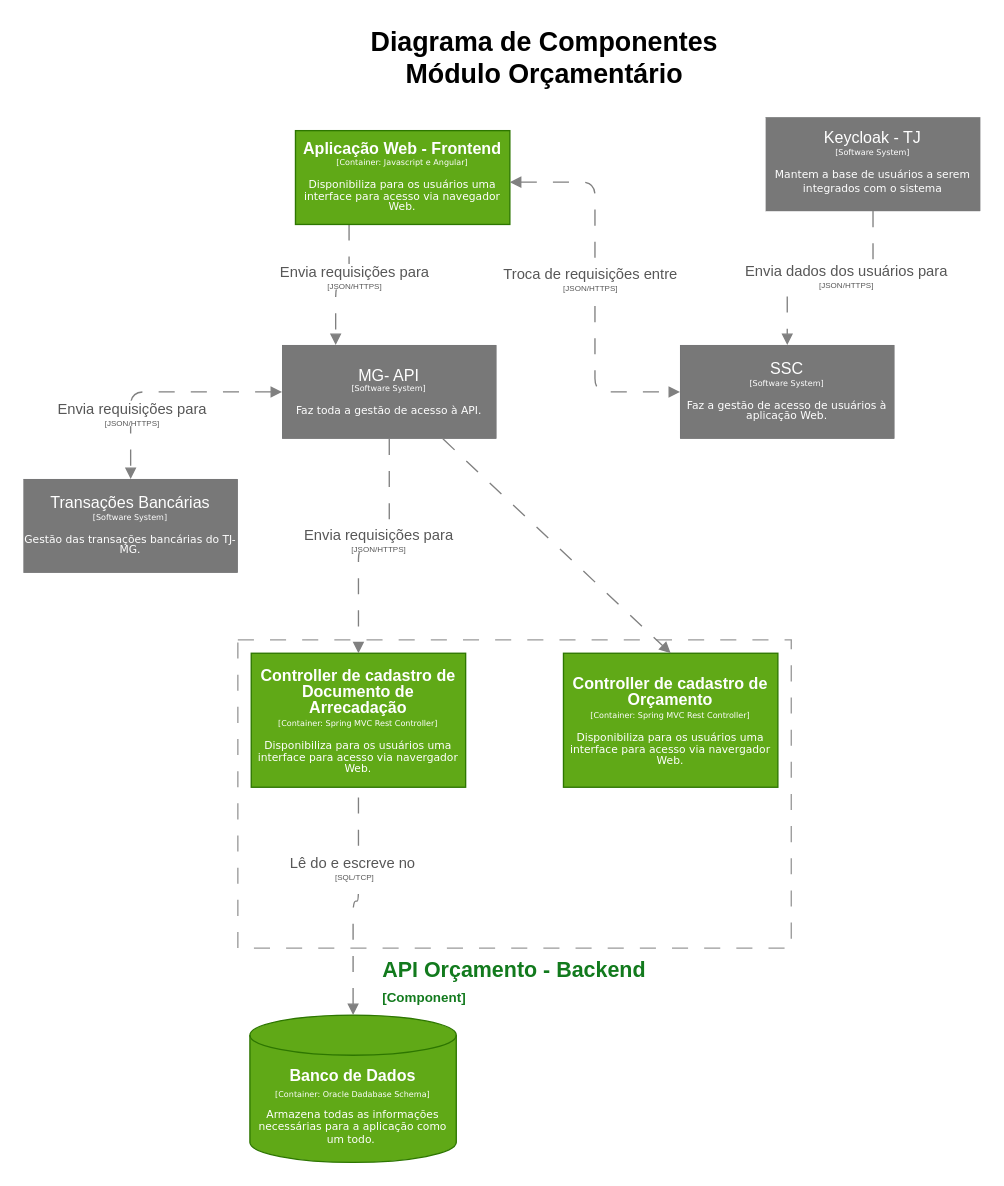
Before: drawio/Diagrama Components v1.drawio in vitorecdias/drawio, a draw.io diagram. Source tidied: cells renumbered, new cells numbered last; positions are measured from the earlier drawing's top-left corner, leaving out a move shared by most shapes. Both pictures are drawn from the tidied source at 134%, with x=0, y=0 at pixel (23, 23).
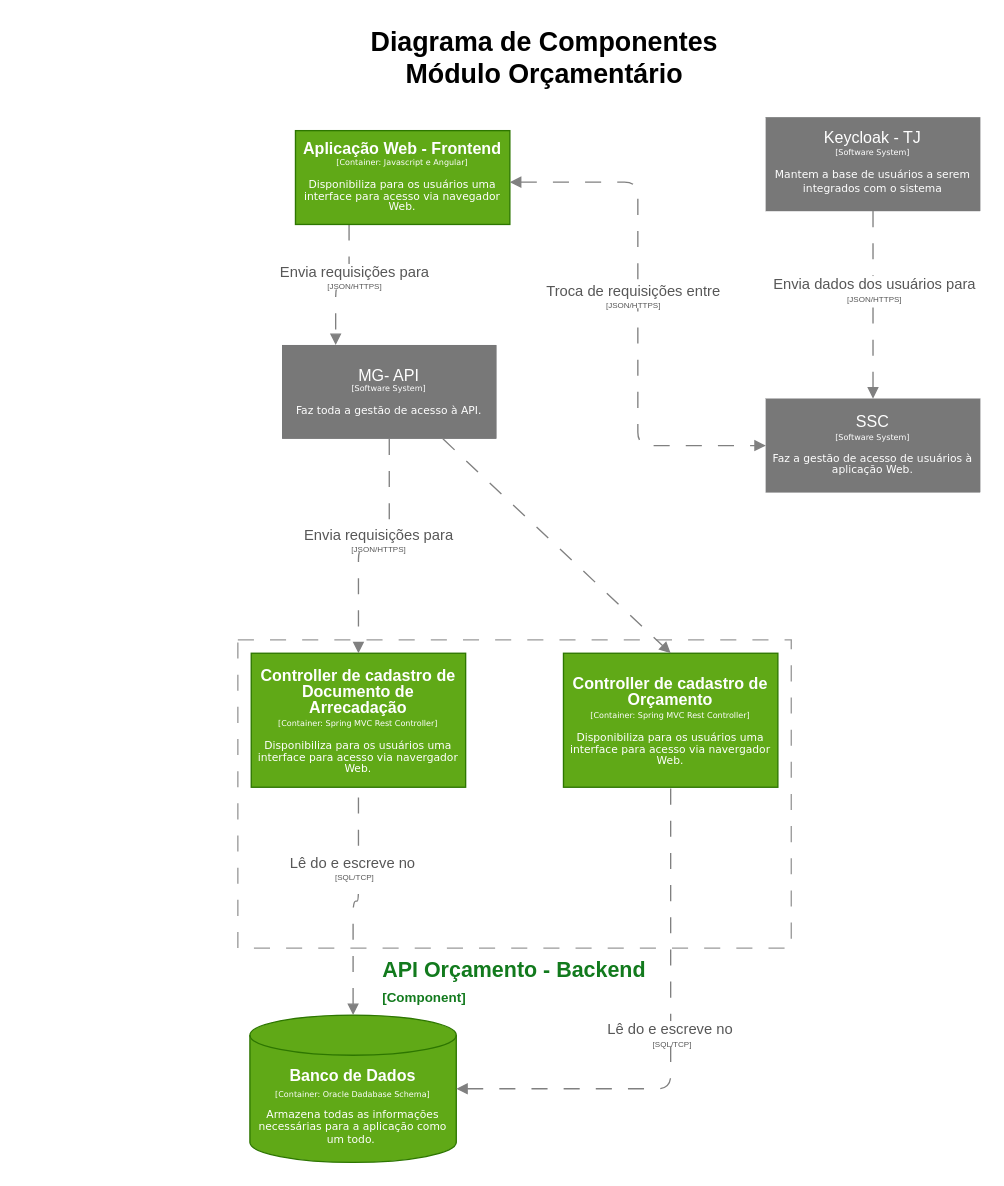
The same page after the edit.

The change refers to these unchanged cells:
```xml
<mxCell id="9" value="&lt;font style=&quot;line-height: 80%;&quot; face=&quot;Helvetica&quot;&gt;&lt;b&gt;Banco de Dados&lt;/b&gt;&lt;/font&gt;&lt;div style=&quot;line-height: 80%;&quot;&gt;&lt;font style=&quot;font-size: 6px; line-height: 80%;&quot; face=&quot;Verdana&quot;&gt;[Container: Oracle Dadabase Schema]&lt;/font&gt;&lt;/div&gt;&lt;div style=&quot;line-height: 40%;&quot;&gt;&lt;font style=&quot;font-size: 6px; line-height: 40%;&quot; face=&quot;Verdana&quot;&gt;&lt;br&gt;&lt;/font&gt;&lt;/div&gt;&lt;div style=&quot;line-height: 80%;&quot;&gt;&lt;font face=&quot;Verdana&quot; style=&quot;font-size: 8px; line-height: 80%;&quot;&gt;Armazena todas as informações necessárias para a aplicação como um todo.&amp;nbsp;&lt;/font&gt;&lt;/div&gt;" style="shape=cylinder3;whiteSpace=wrap;html=1;boundedLbl=1;backgroundOutline=1;size=15;fontColor=#ffffff;fillColor=#60a917;strokeColor=#2D7600;" parent="1" vertex="1">
  <mxGeometry x="169" y="740" width="154" height="110" as="geometry" />
</mxCell>
<mxCell id="10" value="&lt;div style=&quot;line-height: 70%;&quot;&gt;&lt;div&gt;&lt;font style=&quot;line-height: 70%;&quot;&gt;MG- API&lt;/font&gt;&lt;/div&gt;&lt;div&gt;&lt;font style=&quot;font-size: 6px; line-height: 70%;&quot; face=&quot;Verdana&quot;&gt;[Software System]&lt;/font&gt;&lt;/div&gt;&lt;div&gt;&lt;font style=&quot;font-size: 6px; line-height: 70%;&quot; face=&quot;Verdana&quot;&gt;&lt;br&gt;&lt;/font&gt;&lt;/div&gt;&lt;div&gt;&lt;font style=&quot;line-height: 70%; font-size: 8px;&quot; face=&quot;Verdana&quot;&gt;Faz toda a gestão de acesso à API.&lt;/font&gt;&lt;/div&gt;&lt;/div&gt;" style="rounded=0;whiteSpace=wrap;html=1;fillColor=light-dark(#787878, #515151);strokeColor=#36393d;fontColor=#FFFFFF;strokeWidth=0;" parent="1" vertex="1">
  <mxGeometry x="193" y="240" width="160" height="70" as="geometry" />
</mxCell>
<mxCell id="23" value="&lt;div style=&quot;line-height: 70%;&quot;&gt;&lt;b style=&quot;line-height: 100%;&quot;&gt;Controller de cadastro de Orçamento&lt;/b&gt;&lt;br&gt;&lt;div&gt;&lt;font face=&quot;Verdana&quot; style=&quot;font-size: 6px; line-height: 70%;&quot;&gt;[Container: Spring MVC Rest Controller]&lt;/font&gt;&lt;/div&gt;&lt;div&gt;&lt;font face=&quot;Verdana&quot; style=&quot;font-size: 6px; line-height: 70%;&quot;&gt;&lt;br&gt;&lt;/font&gt;&lt;/div&gt;&lt;div&gt;&lt;font face=&quot;Verdana&quot; style=&quot;line-height: 70%; font-size: 8px;&quot;&gt;Disponibiliza para os usuários uma interface para acesso via navergador Web.&lt;/font&gt;&lt;/div&gt;&lt;/div&gt;" style="rounded=0;whiteSpace=wrap;html=1;fillColor=#60a917;fontColor=#ffffff;strokeColor=#2D7600;" parent="1" vertex="1">
  <mxGeometry x="403" y="470" width="160" height="100" as="geometry" />
</mxCell>
```

The edit, as a diff of the source:
```diff
@@
     <mxCell id="8" value="&lt;div style=&quot;line-height: 70%;&quot;&gt;SSC&lt;br&gt;&lt;div&gt;&lt;font style=&quot;font-size: 6px; line-height: 70%;&quot; face=&quot;Verdana&quot;&gt;[Software System]&lt;/font&gt;&lt;/div&gt;&lt;div&gt;&lt;font style=&quot;font-size: 6px; line-height: 70%;&quot; face=&quot;Verdana&quot;&gt;&lt;br&gt;&lt;/font&gt;&lt;/div&gt;&lt;div&gt;&lt;font style=&quot;line-height: 70%; font-size: 8px;&quot; face=&quot;Verdana&quot;&gt;Faz a gestão de acesso de usuários à aplicação Web.&lt;/font&gt;&lt;/div&gt;&lt;/div&gt;" style="rounded=0;whiteSpace=wrap;html=1;fillColor=light-dark(#787878, #515151);strokeColor=#36393d;fontColor=#FFFFFF;strokeWidth=0;" parent="1" vertex="1">
-      <mxGeometry x="490" y="240" width="160" height="70" as="geometry" />
+      <mxGeometry x="554" y="280" width="160" height="70" as="geometry" />
     </mxCell>
@@
-    <mxCell id="11" value="&lt;div style=&quot;line-height: 70%;&quot;&gt;&lt;div&gt;&lt;font style=&quot;line-height: 70%;&quot;&gt;Transações Bancárias&lt;/font&gt;&lt;/div&gt;&lt;div&gt;&lt;font style=&quot;font-size: 6px; line-height: 70%;&quot; face=&quot;Verdana&quot;&gt;[Software System]&lt;/font&gt;&lt;/div&gt;&lt;div&gt;&lt;font style=&quot;font-size: 6px; line-height: 70%;&quot; face=&quot;Verdana&quot;&gt;&lt;br&gt;&lt;/font&gt;&lt;/div&gt;&lt;div&gt;&lt;font style=&quot;line-height: 70%; font-size: 8px;&quot; face=&quot;Verdana&quot;&gt;Gestão das transações bancárias do TJ-MG.&lt;/font&gt;&lt;/div&gt;&lt;/div&gt;" style="rounded=0;whiteSpace=wrap;html=1;fillColor=light-dark(#787878, #515151);strokeColor=#36393d;fontColor=#FFFFFF;strokeWidth=0;" parent="1" vertex="1">
-      <mxGeometry y="340" width="160" height="70" as="geometry" />
-    </mxCell>
@@
-    <mxCell id="14" style="edgeStyle=orthogonalEdgeStyle;rounded=1;jettySize=auto;html=1;curved=0;strokeColor=light-dark(#808080, #ededed);dashed=1;dashPattern=12 12;entryX=0.5;entryY=0;entryDx=0;entryDy=0;exitX=0;exitY=0.5;exitDx=0;exitDy=0;endArrow=block;endFill=1;startArrow=block;startFill=1;" parent="1" edge="1" source="10" target="11">
-      <mxGeometry relative="1" as="geometry" />
-    </mxCell>
-    <mxCell id="15" value="&lt;font style=&quot;color: rgb(87, 87, 87); line-height: 50%;&quot;&gt;Envia requisições para&lt;/font&gt;&lt;div style=&quot;line-height: 50%;&quot;&gt;&lt;font style=&quot;font-size: 6px; color: rgb(87, 87, 87); line-height: 50%;&quot;&gt;[JSON/HTTPS]&lt;/font&gt;&lt;/div&gt;" style="edgeLabel;html=1;align=center;verticalAlign=middle;" parent="14" vertex="1">
-      <mxGeometry x="-0.14" relative="1" as="geometry">
-        <mxPoint x="-36" y="15" as="offset" />
-      </mxGeometry>
-    </mxCell>
@@
+    <mxCell id="25" style="edgeStyle=orthogonalEdgeStyle;rounded=1;jettySize=auto;html=1;curved=0;strokeColor=light-dark(#808080, #ededed);dashed=1;dashPattern=12 12;entryX=0.5;entryY=1;entryDx=0;entryDy=0;exitX=1;exitY=0.5;exitDx=0;exitDy=0;endArrow=none;endFill=1;startArrow=block;startFill=1;exitPerimeter=0;" parent="1" edge="1" source="9" target="23">
+      <mxGeometry relative="1" as="geometry" />
+    </mxCell>
+    <mxCell id="26" value="&lt;font style=&quot;color: rgb(87, 87, 87); line-height: 50%;&quot;&gt;Lê do e escreve no&amp;nbsp;&lt;/font&gt;&lt;div style=&quot;line-height: 50%;&quot;&gt;&lt;font style=&quot;font-size: 6px; color: rgb(87, 87, 87); line-height: 50%;&quot;&gt;[SQL/TCP]&lt;/font&gt;&lt;/div&gt;" style="edgeLabel;html=1;align=center;verticalAlign=middle;" parent="25" vertex="1">
+      <mxGeometry x="-0.14" relative="1" as="geometry">
+        <mxPoint y="-36" as="offset" />
+      </mxGeometry>
+    </mxCell>
```
